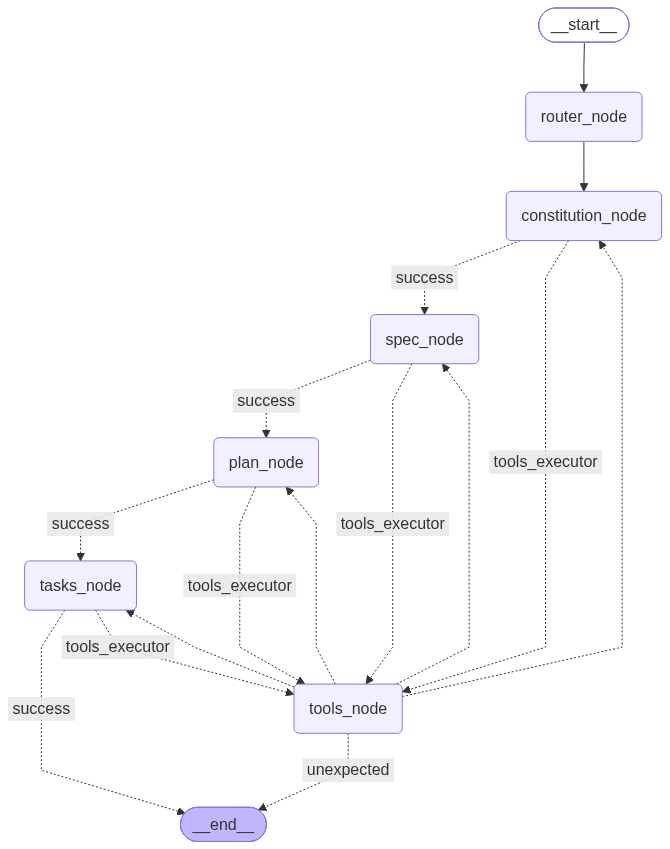
Above: art/spec.png in ddongzi/someai (Mermaid), before the change. Its source is kept beside it as art/spec.mmd.
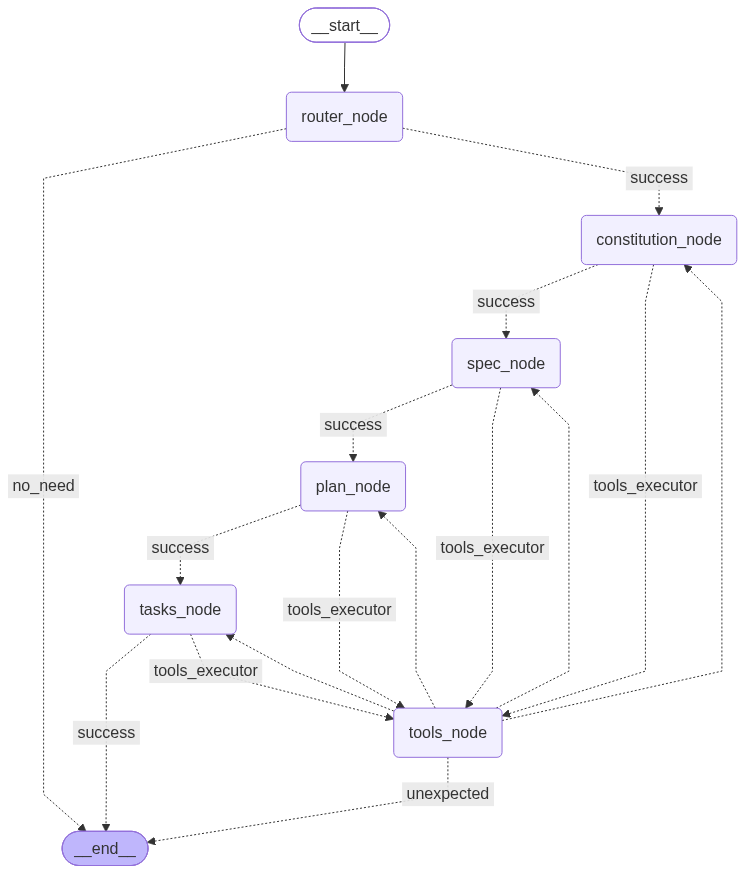
After the change.

Change to the diagram source:
```diff
@@ -17,7 +17,8 @@
 	constitution_node -. &nbsp;tools_executor&nbsp; .-> tools_node;
 	plan_node -. &nbsp;success&nbsp; .-> tasks_node;
 	plan_node -. &nbsp;tools_executor&nbsp; .-> tools_node;
-	router_node --> constitution_node;
+	router_node -. &nbsp;no_need&nbsp; .-> __end__;
+	router_node -. &nbsp;success&nbsp; .-> constitution_node;
 	spec_node -. &nbsp;success&nbsp; .-> plan_node;
 	spec_node -. &nbsp;tools_executor&nbsp; .-> tools_node;
 	tasks_node -. &nbsp;success&nbsp; .-> __end__;
```
